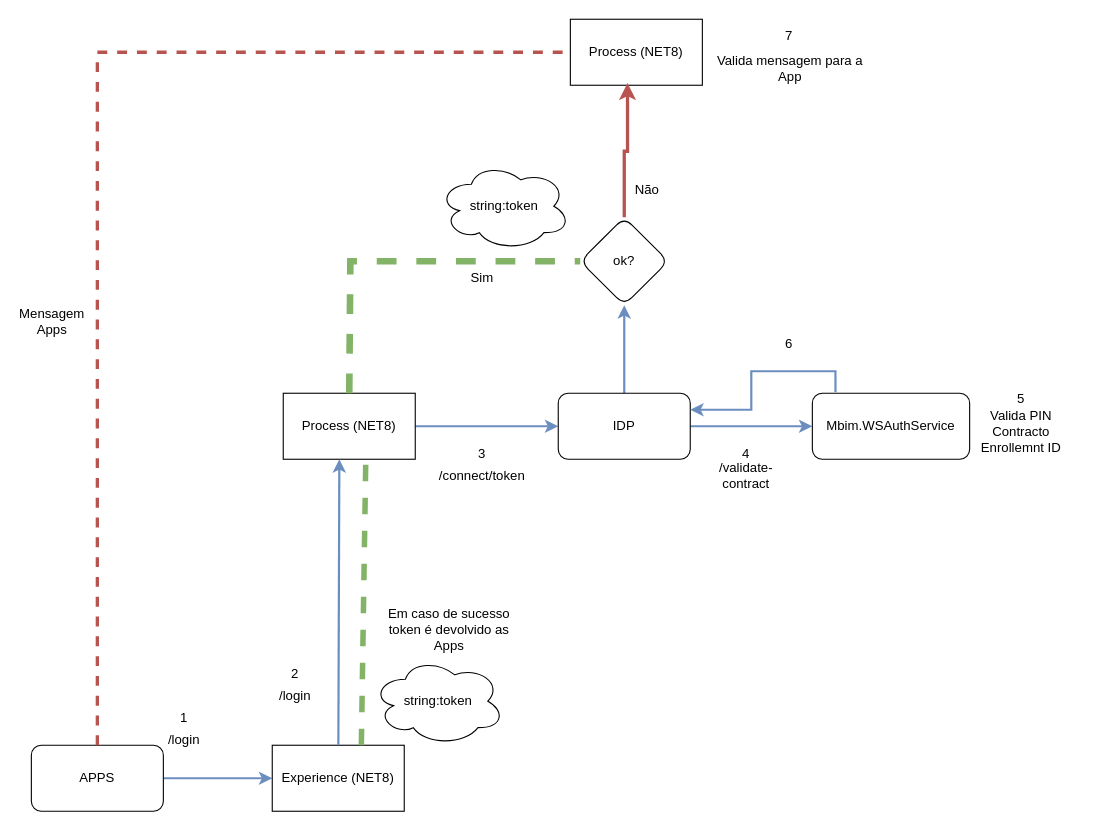
The draw.io diagram Smart IZI IDP logica.drawio in anhaguilunguane/Drawio, before the edit. Source tidied: cells renumbered, new cells numbered last; positions are measured from the earlier drawing's top-left corner, leaving out a move shared by most shapes. Both pictures are drawn from the tidied source at 110%, with x=0, y=0 at pixel (19, 19).
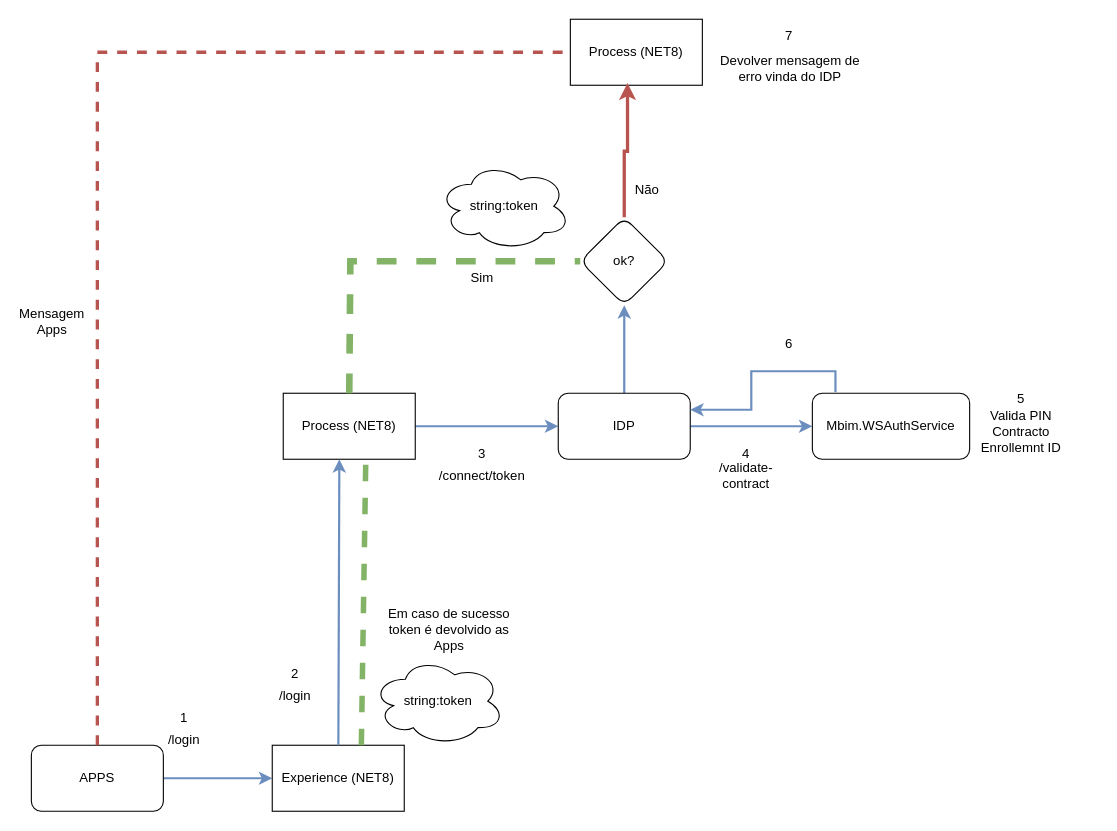
Above is the later version.

What changed in the source:
```diff
@@
-    <mxCell id="24" value="Valida mensagem para a App" style="text;html=1;whiteSpace=wrap;strokeColor=none;fillColor=none;align=center;verticalAlign=middle;rounded=0;" parent="1" vertex="1">
+    <mxCell id="24" value="Devolver mensagem de erro vinda do IDP" style="text;html=1;whiteSpace=wrap;strokeColor=none;fillColor=none;align=center;verticalAlign=middle;rounded=0;" parent="1" vertex="1">
       <mxGeometry x="631" y="30" width="140" height="30" as="geometry" />
     </mxCell>
```
